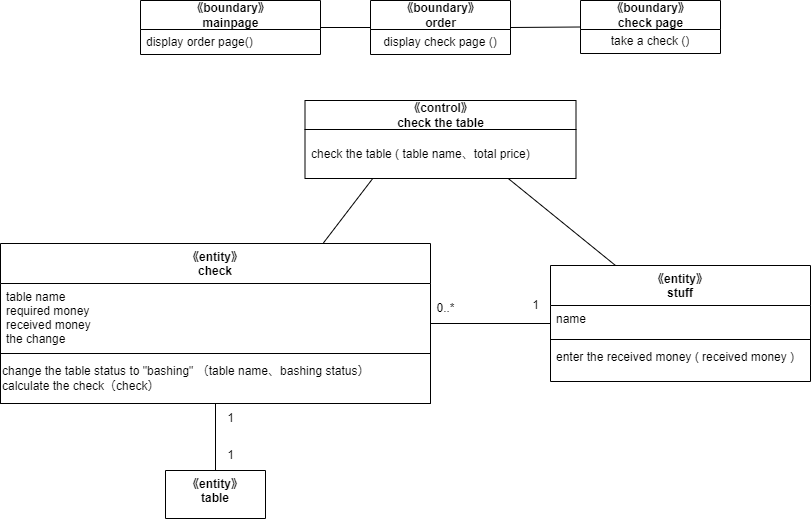
The draw.io diagram psp4/設計モデルのクラス/設計モデルクラス図_会計.drawio.png in MasakiHiguchi/---, before a commit. Source tidied: cells renumbered, new cells last; positions are measured from the earlier drawing's top-left corner, leaving out a move shared by most shapes.
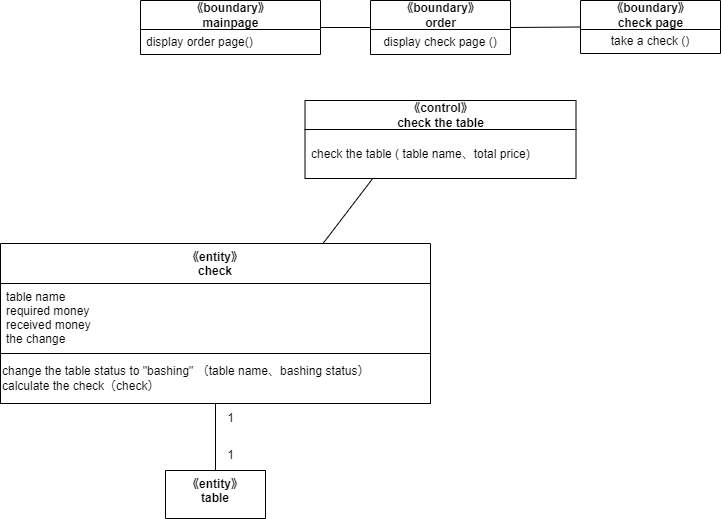
After the change.

What changed in the source:
```diff
@@ -41,24 +41,6 @@
     <mxCell id="14" value="change the table status to &quot;bashing&quot; （table name、bashing status）&lt;br&gt;calculate the check（check）" style="text;html=1;align=left;verticalAlign=middle;strokeColor=none;fillColor=none;" parent="13" vertex="1">
       <mxGeometry y="5" width="390" height="40" as="geometry" />
     </mxCell>
-    <mxCell id="15" style="edgeStyle=none;html=1;exitX=0;exitY=0.5;exitDx=0;exitDy=0;entryX=1;entryY=0.5;entryDx=0;entryDy=0;endArrow=none;endFill=0;" parent="1" edge="1" source="17" target="11">
-      <mxGeometry relative="1" as="geometry" />
-    </mxCell>
-    <mxCell id="16" style="edgeStyle=none;html=1;exitX=0.25;exitY=0;exitDx=0;exitDy=0;entryX=0.75;entryY=1;entryDx=0;entryDy=0;endArrow=none;endFill=0;" parent="1" edge="1" source="17" target="8">
-      <mxGeometry relative="1" as="geometry" />
-    </mxCell>
-    <mxCell id="17" value="《entity》&#10;stuff" style="swimlane;fontStyle=1;align=center;verticalAlign=top;horizontal=1;startSize=40;" parent="1" vertex="1">
-      <mxGeometry x="550" y="265" width="260" height="116" as="geometry" />
-    </mxCell>
-    <mxCell id="18" value="name" style="text;strokeColor=none;fillColor=none;align=left;verticalAlign=top;spacingLeft=4;spacingRight=4;overflow=hidden;" parent="17" vertex="1">
-      <mxGeometry y="40" width="260" height="30" as="geometry" />
-    </mxCell>
-    <mxCell id="19" style="line;strokeWidth=1;fillColor=none;align=left;verticalAlign=middle;spacingTop=-1;spacingLeft=3;spacingRight=3;labelPosition=right;strokeColor=inherit;" parent="17" vertex="1">
-      <mxGeometry y="70" width="260" height="8" as="geometry" />
-    </mxCell>
-    <mxCell id="20" value="enter the received money ( received money )" style="text;strokeColor=none;fillColor=none;align=left;verticalAlign=top;spacingLeft=4;spacingRight=4;overflow=hidden;" parent="17" vertex="1">
-      <mxGeometry y="78" width="260" height="38" as="geometry" />
-    </mxCell>
     <mxCell id="21" value="《boundary》&lt;br&gt;check page" style="swimlane;fontStyle=1;align=center;verticalAlign=middle;horizontal=1;startSize=29;html=1;" parent="1" vertex="1">
       <mxGeometry x="580" width="140" height="53" as="geometry" />
     </mxCell>
@@ -71,12 +53,6 @@
     <mxCell id="24" value="《entity》&#10;table" style="swimlane;fontStyle=1;align=center;verticalAlign=top;horizontal=1;startSize=48;" parent="1" vertex="1">
       <mxGeometry x="165" y="470" width="100" height="48" as="geometry" />
     </mxCell>
-    <mxCell id="25" value="1" style="text;html=1;align=center;verticalAlign=middle;strokeColor=none;fillColor=none;" parent="1" vertex="1">
-      <mxGeometry x="520" y="290" width="30" height="30" as="geometry" />
-    </mxCell>
-    <mxCell id="26" value="0..*" style="text;html=1;align=center;verticalAlign=middle;strokeColor=none;fillColor=none;" parent="1" vertex="1">
-      <mxGeometry x="425" y="293" width="40" height="30" as="geometry" />
-    </mxCell>
     <mxCell id="27" value="1" style="text;html=1;align=center;verticalAlign=middle;strokeColor=none;fillColor=none;" parent="1" vertex="1">
       <mxGeometry x="215" y="440" width="30" height="30" as="geometry" />
     </mxCell>
```
